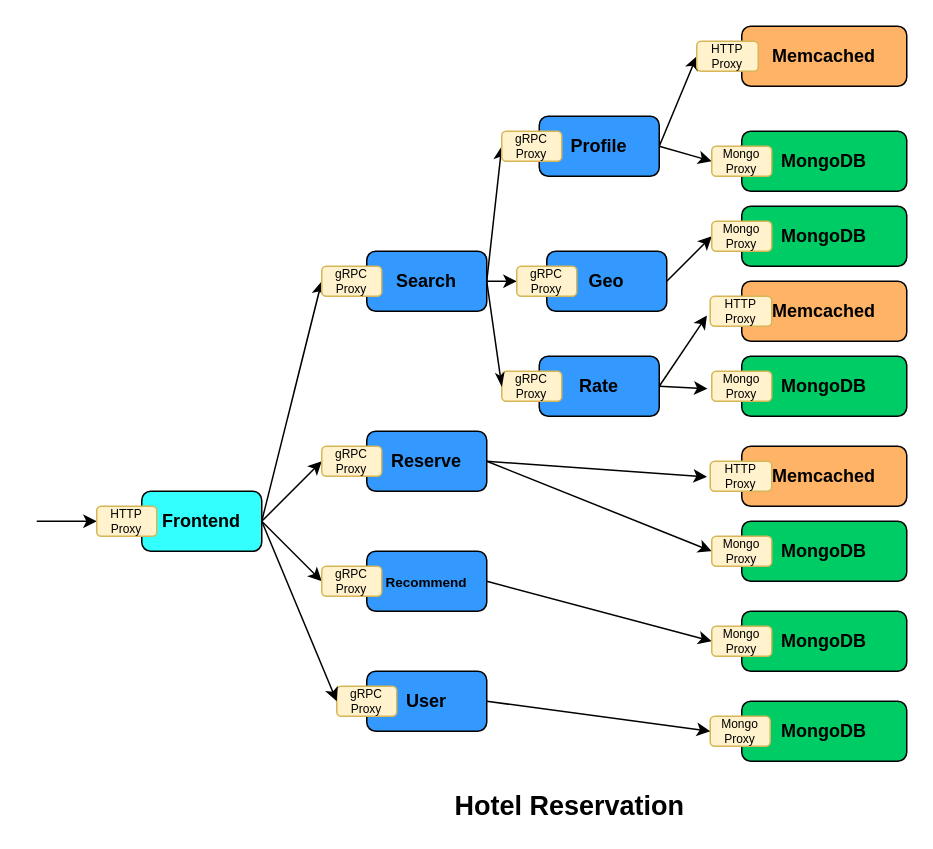
Above: hotelReservation/hotel_arch.drawio in Romero027/DeathStarBench (draw.io), before the change. Source tidied: cells renumbered, new cells numbered last; positions are measured from the earlier drawing's top-left corner, leaving out a move shared by most shapes. Both pictures are drawn from the tidied source at 150%, with x=0, y=0 at pixel (36, 26).
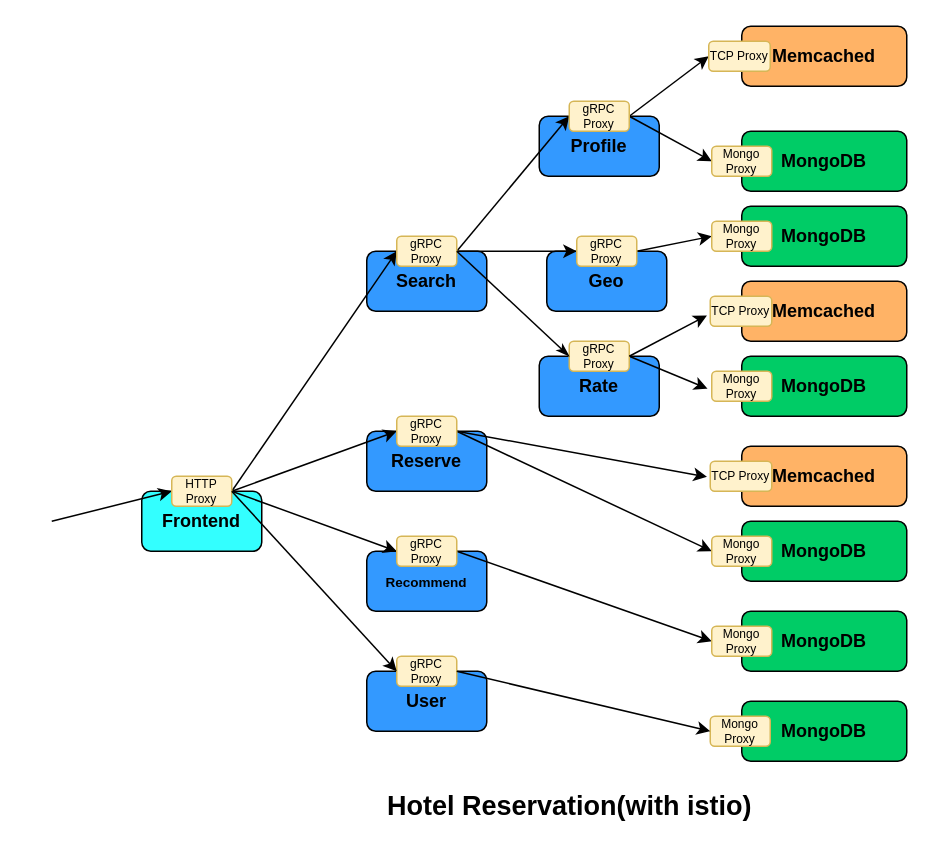
Above is the later version.

The change refers to these unchanged cells:
```xml
<mxCell id="6" value="&lt;b&gt;Frontend&lt;/b&gt;" style="rounded=1;whiteSpace=wrap;html=1;fillColor=#33FFFF;" parent="1" vertex="1">
  <mxGeometry x="70" y="310" width="80" height="40" as="geometry" />
</mxCell>
<mxCell id="17" value="&lt;b&gt;User&lt;/b&gt;" style="rounded=1;whiteSpace=wrap;html=1;fillColor=#3399FF;" parent="1" vertex="1">
  <mxGeometry x="220" y="430" width="80" height="40" as="geometry" />
</mxCell>
<mxCell id="48" value="&lt;font style=&quot;font-size: 8px&quot;&gt;Mongo Proxy&lt;/font&gt;" style="rounded=1;whiteSpace=wrap;html=1;fontSize=7;fillColor=#fff2cc;strokeColor=#d6b656;" parent="1" vertex="1">
  <mxGeometry x="450" y="80" width="40" height="20" as="geometry" />
</mxCell>
<mxCell id="49" value="&lt;font style=&quot;font-size: 8px&quot;&gt;Mongo Proxy&lt;/font&gt;" style="rounded=1;whiteSpace=wrap;html=1;fontSize=7;fillColor=#fff2cc;strokeColor=#d6b656;" parent="1" vertex="1">
  <mxGeometry x="450" y="130" width="40" height="20" as="geometry" />
</mxCell>
<mxCell id="52" value="&lt;font style=&quot;font-size: 8px&quot;&gt;Mongo Proxy&lt;/font&gt;" style="rounded=1;whiteSpace=wrap;html=1;fontSize=7;fillColor=#fff2cc;strokeColor=#d6b656;" parent="1" vertex="1">
  <mxGeometry x="450" y="230" width="40" height="20" as="geometry" />
</mxCell>
<mxCell id="54" value="&lt;font style=&quot;font-size: 8px&quot;&gt;Mongo Proxy&lt;/font&gt;" style="rounded=1;whiteSpace=wrap;html=1;fontSize=7;fillColor=#fff2cc;strokeColor=#d6b656;" parent="1" vertex="1">
  <mxGeometry x="450" y="340" width="40" height="20" as="geometry" />
</mxCell>
<mxCell id="55" value="&lt;font style=&quot;font-size: 8px&quot;&gt;Mongo Proxy&lt;/font&gt;" style="rounded=1;whiteSpace=wrap;html=1;fontSize=7;fillColor=#fff2cc;strokeColor=#d6b656;" parent="1" vertex="1">
  <mxGeometry x="450" y="400" width="40" height="20" as="geometry" />
</mxCell>
<mxCell id="56" value="&lt;font style=&quot;font-size: 8px&quot;&gt;Mongo Proxy&lt;/font&gt;" style="rounded=1;whiteSpace=wrap;html=1;fontSize=7;fillColor=#fff2cc;strokeColor=#d6b656;" parent="1" vertex="1">
  <mxGeometry x="449" y="460" width="40" height="20" as="geometry" />
</mxCell>
```

Diff of the diagram source:
```diff
@@
+    <mxCell id="12" value="&lt;b&gt;&lt;font style=&quot;font-size: 9px&quot;&gt;Recommend&lt;/font&gt;&lt;/b&gt;" style="rounded=1;whiteSpace=wrap;html=1;fillColor=#3399FF;" parent="1" vertex="1">
+      <mxGeometry x="220" y="350" width="80" height="40" as="geometry" />
+    </mxCell>
+    <mxCell id="15" value="&lt;b&gt;Reserve&lt;/b&gt;" style="rounded=1;whiteSpace=wrap;html=1;fillColor=#3399FF;" parent="1" vertex="1">
+      <mxGeometry x="220" y="270" width="80" height="40" as="geometry" />
+    </mxCell>
+    <mxCell id="25" value="&lt;b&gt;Rate&lt;/b&gt;" style="rounded=1;whiteSpace=wrap;html=1;fillColor=#3399FF;" parent="1" vertex="1">
+      <mxGeometry x="335" y="220" width="80" height="40" as="geometry" />
+    </mxCell>
+    <mxCell id="20" value="&lt;b&gt;Profile&lt;/b&gt;" style="rounded=1;whiteSpace=wrap;html=1;fillColor=#3399FF;" parent="1" vertex="1">
+      <mxGeometry x="335" y="60" width="80" height="40" as="geometry" />
+    </mxCell>
+    <mxCell id="22" value="&lt;b&gt;Geo&lt;/b&gt;" style="rounded=1;whiteSpace=wrap;html=1;fillColor=#3399FF;" parent="1" vertex="1">
+      <mxGeometry x="340" y="150" width="80" height="40" as="geometry" />
+    </mxCell>
+    <mxCell id="10" value="&lt;b&gt;Search&lt;/b&gt;" style="rounded=1;whiteSpace=wrap;html=1;fillColor=#3399FF;" parent="1" vertex="1">
+      <mxGeometry x="220" y="150" width="80" height="40" as="geometry" />
+    </mxCell>
-    <mxCell id="2" style="edgeStyle=none;rounded=0;jettySize=auto;html=1;exitX=1;exitY=0.5;exitDx=0;exitDy=0;entryX=0;entryY=0.5;entryDx=0;entryDy=0;" parent="1" edge="1" source="6" target="39">
+    <mxCell id="2" style="edgeStyle=none;rounded=0;jettySize=auto;html=1;exitX=0.75;exitY=0;exitDx=0;exitDy=0;entryX=0;entryY=0.5;entryDx=0;entryDy=0;" parent="1" edge="1" source="6" target="39">
       <mxGeometry relative="1" as="geometry" />
     </mxCell>
-    <mxCell id="3" style="edgeStyle=none;rounded=0;jettySize=auto;html=1;exitX=1;exitY=0.5;exitDx=0;exitDy=0;entryX=0;entryY=0.5;entryDx=0;entryDy=0;" parent="1" edge="1" source="6" target="38">
+    <mxCell id="3" style="edgeStyle=none;rounded=0;jettySize=auto;html=1;exitX=0.75;exitY=0;exitDx=0;exitDy=0;entryX=0;entryY=0.5;entryDx=0;entryDy=0;" parent="1" edge="1" source="6" target="38">
       <mxGeometry relative="1" as="geometry" />
     </mxCell>
-    <mxCell id="4" style="edgeStyle=none;rounded=0;jettySize=auto;html=1;exitX=1;exitY=0.5;exitDx=0;exitDy=0;entryX=0;entryY=0.5;entryDx=0;entryDy=0;" parent="1" edge="1" source="6" target="40">
-      <mxGeometry relative="1" as="geometry" />
-    </mxCell>
@@
-    <mxCell id="7" style="rounded=0;jettySize=auto;html=1;exitX=1;exitY=0.5;exitDx=0;exitDy=0;entryX=0;entryY=0.5;entryDx=0;entryDy=0;" parent="1" edge="1" source="10" target="43">
+    <mxCell id="7" style="rounded=0;jettySize=auto;html=1;exitX=0.75;exitY=0;exitDx=0;exitDy=0;entryX=0;entryY=0.5;entryDx=0;entryDy=0;" parent="1" edge="1" source="10" target="43">
       <mxGeometry relative="1" as="geometry" />
     </mxCell>
-    <mxCell id="8" style="edgeStyle=none;rounded=0;jettySize=auto;html=1;exitX=1;exitY=0.5;exitDx=0;exitDy=0;entryX=0;entryY=0.5;entryDx=0;entryDy=0;" parent="1" edge="1" source="10" target="44">
+    <mxCell id="8" style="edgeStyle=none;rounded=0;jettySize=auto;html=1;exitX=0.75;exitY=0;exitDx=0;exitDy=0;entryX=0;entryY=0.5;entryDx=0;entryDy=0;" parent="1" edge="1" source="10" target="44">
       <mxGeometry relative="1" as="geometry" />
     </mxCell>
-    <mxCell id="9" style="edgeStyle=none;rounded=0;jettySize=auto;html=1;exitX=1;exitY=0.5;exitDx=0;exitDy=0;entryX=0;entryY=0.5;entryDx=0;entryDy=0;startArrow=none;" parent="1" edge="1" source="45" target="25">
-      <mxGeometry relative="1" as="geometry" />
-    </mxCell>
-    <mxCell id="10" value="&lt;b&gt;Search&lt;/b&gt;" style="rounded=1;whiteSpace=wrap;html=1;fillColor=#3399FF;" parent="1" vertex="1">
-      <mxGeometry x="220" y="150" width="80" height="40" as="geometry" />
-    </mxCell>
-    <mxCell id="11" style="edgeStyle=none;rounded=0;jettySize=auto;html=1;exitX=1;exitY=0.5;exitDx=0;exitDy=0;entryX=0;entryY=0.5;entryDx=0;entryDy=0;" parent="1" edge="1" source="12" target="55">
+    <mxCell id="11" style="edgeStyle=none;rounded=0;jettySize=auto;html=1;exitX=0.75;exitY=0;exitDx=0;exitDy=0;entryX=0;entryY=0.5;entryDx=0;entryDy=0;" parent="1" edge="1" source="12" target="55">
       <mxGeometry relative="1" as="geometry" />
     </mxCell>
-    <mxCell id="12" value="&lt;b&gt;&lt;font style=&quot;font-size: 9px&quot;&gt;Recommend&lt;/font&gt;&lt;/b&gt;" style="rounded=1;whiteSpace=wrap;html=1;fillColor=#3399FF;" parent="1" vertex="1">
-      <mxGeometry x="220" y="350" width="80" height="40" as="geometry" />
-    </mxCell>
-    <mxCell id="13" style="edgeStyle=none;rounded=0;jettySize=auto;html=1;exitX=1;exitY=0.5;exitDx=0;exitDy=0;entryX=-0.054;entryY=0.52;entryDx=0;entryDy=0;entryPerimeter=0;" parent="1" edge="1" source="15" target="53">
-      <mxGeometry relative="1" as="geometry" />
+    <mxCell id="13" style="edgeStyle=none;rounded=0;jettySize=auto;html=1;entryX=-0.054;entryY=0.52;entryDx=0;entryDy=0;entryPerimeter=0;" parent="1" edge="1" target="53">
+      <mxGeometry relative="1" as="geometry">
+        <mxPoint x="280" y="270" as="sourcePoint" />
+      </mxGeometry>
     </mxCell>
-    <mxCell id="14" style="edgeStyle=none;rounded=0;jettySize=auto;html=1;exitX=1;exitY=0.5;exitDx=0;exitDy=0;entryX=0;entryY=0.5;entryDx=0;entryDy=0;" parent="1" edge="1" source="15" target="54">
+    <mxCell id="14" style="edgeStyle=none;rounded=0;jettySize=auto;html=1;exitX=0.75;exitY=0;exitDx=0;exitDy=0;entryX=0;entryY=0.5;entryDx=0;entryDy=0;" parent="1" edge="1" source="15" target="54">
       <mxGeometry relative="1" as="geometry" />
     </mxCell>
-    <mxCell id="15" value="&lt;b&gt;Reserve&lt;/b&gt;" style="rounded=1;whiteSpace=wrap;html=1;fillColor=#3399FF;" parent="1" vertex="1">
-      <mxGeometry x="220" y="270" width="80" height="40" as="geometry" />
-    </mxCell>
@@
-    <mxCell id="18" style="edgeStyle=none;rounded=0;jettySize=auto;html=1;exitX=1;exitY=0.5;exitDx=0;exitDy=0;" parent="1" edge="1" source="20">
-      <mxGeometry relative="1" as="geometry">
-        <mxPoint x="440" y="20" as="targetPoint" />
-      </mxGeometry>
+    <mxCell id="18" style="edgeStyle=none;rounded=0;jettySize=auto;html=1;exitX=0.75;exitY=0;exitDx=0;exitDy=0;entryX=0;entryY=0.5;entryDx=0;entryDy=0;" parent="1" edge="1" source="20" target="47">
+      <mxGeometry relative="1" as="geometry" />
     </mxCell>
-    <mxCell id="19" style="edgeStyle=none;rounded=0;jettySize=auto;html=1;exitX=1;exitY=0.5;exitDx=0;exitDy=0;entryX=0;entryY=0.5;entryDx=0;entryDy=0;" parent="1" edge="1" source="20" target="48">
+    <mxCell id="19" style="edgeStyle=none;rounded=0;jettySize=auto;html=1;exitX=0.75;exitY=0;exitDx=0;exitDy=0;entryX=0;entryY=0.5;entryDx=0;entryDy=0;" parent="1" edge="1" source="20" target="48">
       <mxGeometry relative="1" as="geometry" />
     </mxCell>
-    <mxCell id="20" value="&lt;b&gt;Profile&lt;/b&gt;" style="rounded=1;whiteSpace=wrap;html=1;fillColor=#3399FF;" parent="1" vertex="1">
-      <mxGeometry x="335" y="60" width="80" height="40" as="geometry" />
-    </mxCell>
-    <mxCell id="21" style="edgeStyle=none;rounded=0;jettySize=auto;html=1;exitX=1;exitY=0.5;exitDx=0;exitDy=0;entryX=0;entryY=0.5;entryDx=0;entryDy=0;" parent="1" edge="1" source="22" target="49">
+    <mxCell id="21" style="edgeStyle=none;rounded=0;jettySize=auto;html=1;exitX=1;exitY=0.5;exitDx=0;exitDy=0;entryX=0;entryY=0.5;entryDx=0;entryDy=0;" parent="1" edge="1" source="44" target="49">
       <mxGeometry relative="1" as="geometry" />
     </mxCell>
-    <mxCell id="22" value="&lt;b&gt;Geo&lt;/b&gt;" style="rounded=1;whiteSpace=wrap;html=1;fillColor=#3399FF;" parent="1" vertex="1">
-      <mxGeometry x="340" y="150" width="80" height="40" as="geometry" />
-    </mxCell>
@@
-    <mxCell id="24" style="edgeStyle=none;rounded=0;jettySize=auto;html=1;exitX=1;exitY=0.5;exitDx=0;exitDy=0;entryX=-0.07;entryY=0.58;entryDx=0;entryDy=0;entryPerimeter=0;" parent="1" edge="1" source="25" target="52">
+    <mxCell id="24" style="edgeStyle=none;rounded=0;jettySize=auto;html=1;exitX=1;exitY=0.5;exitDx=0;exitDy=0;entryX=-0.07;entryY=0.58;entryDx=0;entryDy=0;entryPerimeter=0;" parent="1" edge="1" source="45" target="52">
       <mxGeometry relative="1" as="geometry" />
     </mxCell>
-    <mxCell id="25" value="&lt;b&gt;Rate&lt;/b&gt;" style="rounded=1;whiteSpace=wrap;html=1;fillColor=#3399FF;" parent="1" vertex="1">
-      <mxGeometry x="335" y="220" width="80" height="40" as="geometry" />
-    </mxCell>
@@
-    <mxCell id="35" value="&lt;font style=&quot;font-size: 18px&quot;&gt;&lt;b&gt;Hotel Reservation&lt;/b&gt;&lt;/font&gt;" style="text;html=1;align=center;verticalAlign=middle;strokeColor=none;fillColor=none;" parent="1" vertex="1">
-      <mxGeometry x="270" y="510" width="170" height="20" as="geometry" />
+    <mxCell id="35" value="&lt;font style=&quot;font-size: 18px&quot;&gt;&lt;b&gt;Hotel Reservation(with istio)&lt;/b&gt;&lt;/font&gt;" style="text;html=1;align=center;verticalAlign=middle;strokeColor=none;fillColor=none;" parent="1" vertex="1">
+      <mxGeometry x="225" y="510" width="260" height="20" as="geometry" />
     </mxCell>
-    <mxCell id="36" style="edgeStyle=orthogonalEdgeStyle;rounded=0;jettySize=auto;html=1;exitX=0;exitY=0.5;exitDx=0;exitDy=0;endArrow=none;endFill=0;startArrow=classic;startFill=1;" parent="1" edge="1" source="37">
+    <mxCell id="36" style="rounded=0;jettySize=auto;html=1;exitX=0;exitY=0.5;exitDx=0;exitDy=0;endArrow=none;endFill=0;startArrow=classic;startFill=1;" parent="1" edge="1" source="37">
       <mxGeometry relative="1" as="geometry">
-        <mxPoint y="330" as="targetPoint" />
+        <mxPoint x="10" y="330" as="targetPoint" />
       </mxGeometry>
     </mxCell>
+    <mxCell id="58" style="rounded=0;jettySize=auto;html=1;exitX=1;exitY=0.5;exitDx=0;exitDy=0;entryX=0;entryY=0.5;entryDx=0;entryDy=0;" parent="1" edge="1" source="37" target="40">
+      <mxGeometry relative="1" as="geometry" />
+    </mxCell>
     <mxCell id="37" value="&lt;font style=&quot;font-size: 8px&quot;&gt;HTTP Proxy&lt;/font&gt;" style="rounded=1;whiteSpace=wrap;html=1;fontSize=7;fillColor=#fff2cc;strokeColor=#d6b656;" parent="1" vertex="1">
-      <mxGeometry x="40" y="320" width="40" height="20" as="geometry" />
+      <mxGeometry x="90" y="300" width="40" height="20" as="geometry" />
     </mxCell>
     <mxCell id="38" value="&lt;font style=&quot;font-size: 8px&quot;&gt;gRPC Proxy&lt;/font&gt;" style="rounded=1;whiteSpace=wrap;html=1;fontSize=7;fillColor=#fff2cc;strokeColor=#d6b656;" parent="1" vertex="1">
-      <mxGeometry x="190" y="280" width="40" height="20" as="geometry" />
+      <mxGeometry x="240" y="260" width="40" height="20" as="geometry" />
     </mxCell>
     <mxCell id="39" value="&lt;font style=&quot;font-size: 8px&quot;&gt;gRPC Proxy&lt;/font&gt;" style="rounded=1;whiteSpace=wrap;html=1;fontSize=7;fillColor=#fff2cc;strokeColor=#d6b656;" parent="1" vertex="1">
-      <mxGeometry x="190" y="160" width="40" height="20" as="geometry" />
+      <mxGeometry x="240" y="140" width="40" height="20" as="geometry" />
     </mxCell>
     <mxCell id="40" value="&lt;font style=&quot;font-size: 8px&quot;&gt;gRPC Proxy&lt;/font&gt;" style="rounded=1;whiteSpace=wrap;html=1;fontSize=7;fillColor=#fff2cc;strokeColor=#d6b656;" parent="1" vertex="1">
-      <mxGeometry x="190" y="360" width="40" height="20" as="geometry" />
+      <mxGeometry x="240" y="340" width="40" height="20" as="geometry" />
     </mxCell>
     <mxCell id="41" value="&lt;font style=&quot;font-size: 8px&quot;&gt;gRPC Proxy&lt;/font&gt;" style="rounded=1;whiteSpace=wrap;html=1;fontSize=7;fillColor=#fff2cc;strokeColor=#d6b656;" parent="1" vertex="1">
-      <mxGeometry x="200" y="440" width="40" height="20" as="geometry" />
+      <mxGeometry x="240" y="420" width="40" height="20" as="geometry" />
     </mxCell>
-    <mxCell id="42" style="edgeStyle=none;rounded=0;jettySize=auto;html=1;exitX=1;exitY=0.5;exitDx=0;exitDy=0;endArrow=classic;entryX=0;entryY=0.5;entryDx=0;entryDy=0;endFill=1;" parent="1" edge="1" source="6" target="41">
+    <mxCell id="42" style="edgeStyle=none;rounded=0;jettySize=auto;html=1;exitX=0.75;exitY=0;exitDx=0;exitDy=0;endArrow=classic;entryX=0;entryY=0.5;entryDx=0;entryDy=0;endFill=1;" parent="1" edge="1" source="6" target="41">
       <mxGeometry relative="1" as="geometry" />
     </mxCell>
     <mxCell id="43" value="&lt;font style=&quot;font-size: 8px&quot;&gt;gRPC Proxy&lt;/font&gt;" style="rounded=1;whiteSpace=wrap;html=1;fontSize=7;fillColor=#fff2cc;strokeColor=#d6b656;" parent="1" vertex="1">
-      <mxGeometry x="310" y="70" width="40" height="20" as="geometry" />
+      <mxGeometry x="355" y="50" width="40" height="20" as="geometry" />
     </mxCell>
     <mxCell id="44" value="&lt;font style=&quot;font-size: 8px&quot;&gt;gRPC Proxy&lt;/font&gt;" style="rounded=1;whiteSpace=wrap;html=1;fontSize=7;fillColor=#fff2cc;strokeColor=#d6b656;" parent="1" vertex="1">
-      <mxGeometry x="320" y="160" width="40" height="20" as="geometry" />
+      <mxGeometry x="360" y="140" width="40" height="20" as="geometry" />
     </mxCell>
     <mxCell id="45" value="&lt;font style=&quot;font-size: 8px&quot;&gt;gRPC Proxy&lt;/font&gt;" style="rounded=1;whiteSpace=wrap;html=1;fontSize=7;fillColor=#fff2cc;strokeColor=#d6b656;" parent="1" vertex="1">
-      <mxGeometry x="310" y="230" width="40" height="20" as="geometry" />
+      <mxGeometry x="355" y="210" width="40" height="20" as="geometry" />
     </mxCell>
-    <mxCell id="46" style="edgeStyle=none;rounded=0;jettySize=auto;html=1;exitX=1;exitY=0.5;exitDx=0;exitDy=0;endArrow=classicThin;entryX=0;entryY=0.5;entryDx=0;entryDy=0;endFill=1;" parent="1" edge="1" source="10" target="45">
+    <mxCell id="46" style="edgeStyle=none;rounded=0;jettySize=auto;html=1;exitX=1;exitY=0.5;exitDx=0;exitDy=0;endArrow=classicThin;entryX=0;entryY=0.5;entryDx=0;entryDy=0;endFill=1;" parent="1" edge="1" source="39" target="45">
       <mxGeometry relative="1" as="geometry" />
     </mxCell>
-    <mxCell id="47" value="&lt;font style=&quot;font-size: 8px&quot;&gt;HTTP Proxy&lt;/font&gt;" style="rounded=1;whiteSpace=wrap;html=1;fontSize=7;fillColor=#fff2cc;strokeColor=#d6b656;" parent="1" vertex="1">
-      <mxGeometry x="440" y="10" width="41" height="20" as="geometry" />
+    <mxCell id="47" value="&lt;font style=&quot;font-size: 8px&quot;&gt;TCP Proxy&lt;/font&gt;" style="rounded=1;whiteSpace=wrap;html=1;fontSize=7;fillColor=#fff2cc;strokeColor=#d6b656;" parent="1" vertex="1">
+      <mxGeometry x="448" y="10" width="41" height="20" as="geometry" />
     </mxCell>
@@
-    <mxCell id="50" value="&lt;font style=&quot;font-size: 8px&quot;&gt;HTTP Proxy&lt;/font&gt;" style="rounded=1;whiteSpace=wrap;html=1;fontSize=7;fillColor=#fff2cc;strokeColor=#d6b656;" parent="1" vertex="1">
+    <mxCell id="50" value="&lt;font style=&quot;font-size: 8px&quot;&gt;TCP Proxy&lt;/font&gt;" style="rounded=1;whiteSpace=wrap;html=1;fontSize=7;fillColor=#fff2cc;strokeColor=#d6b656;" parent="1" vertex="1">
       <mxGeometry x="449" y="180" width="41" height="20" as="geometry" />
     </mxCell>
-    <mxCell id="51" style="edgeStyle=none;rounded=0;jettySize=auto;html=1;exitX=1;exitY=0.5;exitDx=0;exitDy=0;endArrow=classic;entryX=-0.054;entryY=0.64;entryDx=0;entryDy=0;entryPerimeter=0;endFill=1;" parent="1" edge="1" source="25" target="50">
+    <mxCell id="51" style="edgeStyle=none;rounded=0;jettySize=auto;html=1;exitX=1;exitY=0.5;exitDx=0;exitDy=0;endArrow=classic;entryX=-0.054;entryY=0.64;entryDx=0;entryDy=0;entryPerimeter=0;endFill=1;" parent="1" edge="1" source="45" target="50">
       <mxGeometry relative="1" as="geometry" />
     </mxCell>
@@
-    <mxCell id="53" value="&lt;font style=&quot;font-size: 8px&quot;&gt;HTTP Proxy&lt;/font&gt;" style="rounded=1;whiteSpace=wrap;html=1;fontSize=7;fillColor=#fff2cc;strokeColor=#d6b656;" parent="1" vertex="1">
+    <mxCell id="53" value="&lt;font style=&quot;font-size: 8px&quot;&gt;TCP Proxy&lt;/font&gt;" style="rounded=1;whiteSpace=wrap;html=1;fontSize=7;fillColor=#fff2cc;strokeColor=#d6b656;" parent="1" vertex="1">
       <mxGeometry x="449" y="290" width="41" height="20" as="geometry" />
     </mxCell>
@@
-    <mxCell id="57" style="edgeStyle=none;rounded=0;jettySize=auto;html=1;exitX=1;exitY=0.5;exitDx=0;exitDy=0;endArrow=classic;entryX=0;entryY=0.5;entryDx=0;entryDy=0;endFill=1;" parent="1" edge="1" source="17" target="56">
+    <mxCell id="57" style="edgeStyle=none;rounded=0;jettySize=auto;html=1;exitX=0.75;exitY=0;exitDx=0;exitDy=0;endArrow=classic;entryX=0;entryY=0.5;entryDx=0;entryDy=0;endFill=1;" parent="1" edge="1" source="17" target="56">
       <mxGeometry relative="1" as="geometry" />
     </mxCell>
```
